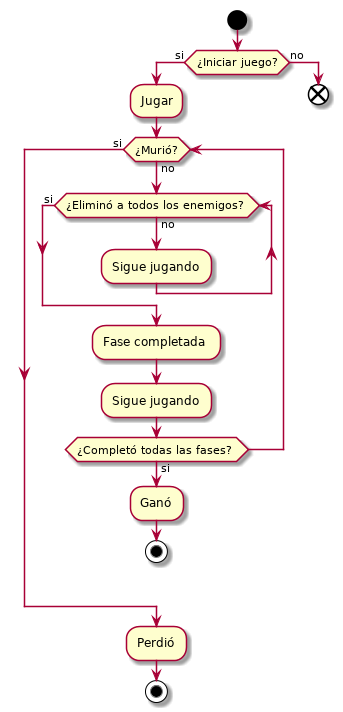
vtroitio/Bomberman keeps this PlantUML diagram as Bomberman UML/Diagrama de actividades/ver1/Bomberman_UML_Actividades_v.1.png. Above is the earlier version.
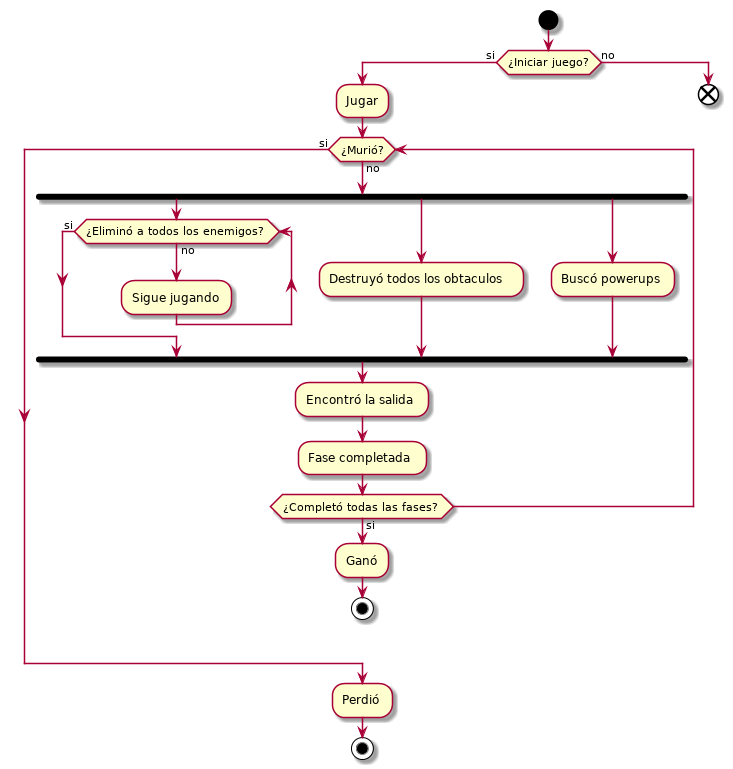
The same file after the commit.

Commit message:
Cambio Diagrama de clases y actividades

Change to the diagram source:
```diff
@@ -3,11 +3,17 @@
 if (¿Iniciar juego?) then (si)
 :Jugar;
     while (¿Murió?) is (no)
+        fork
         while (¿Eliminó a todos los enemigos?) is (no)
         :Sigue jugando;
         endwhile (si)
+        fork again
+        :Destruyó todos los obtaculos;
+        fork again
+        :Buscó powerups;
+        end fork
+        :Encontró la salida;
         :Fase completada;
-        :Sigue jugando;
           if (¿Completó todas las fases?) then (si)
           :Ganó;
           stop
```
